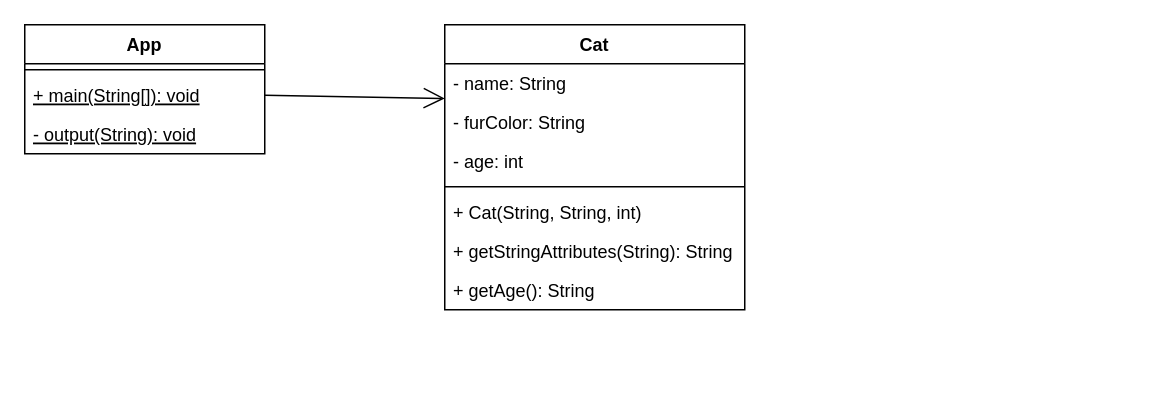
The draw.io diagram klassendiagramm.drawio in PhlohOOP/02d_Klassen_Objekte_III, before the edit. Source tidied: cells renumbered, new cells numbered last; positions are measured from the earlier drawing's top-left corner, leaving out a move shared by most shapes. Both pictures are drawn from the tidied source at 150%, with x=0, y=0 at pixel (24, 24).
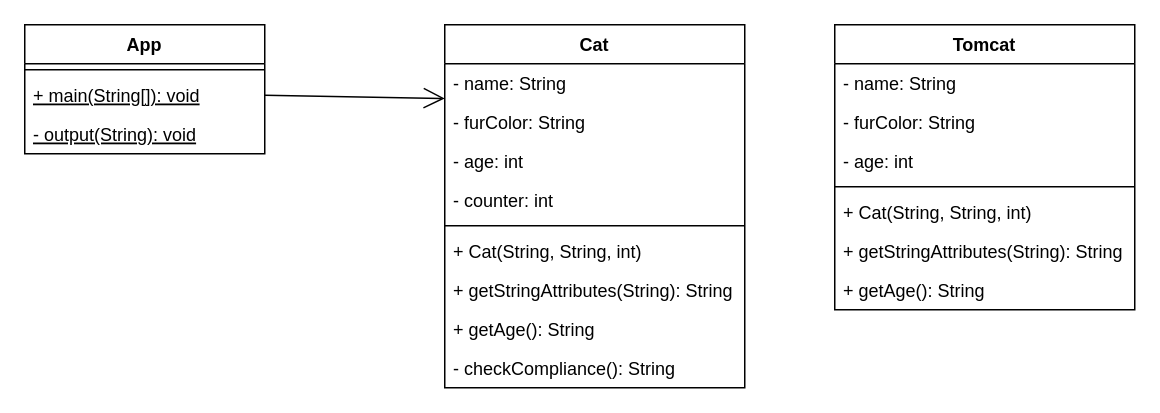
Above is the later version.

Commit message (it also covers changes not shown here):
Tomcat + class diagram change

The edit, as a diff of the source:
```diff
@@
     <mxCell id="2" value="Cat" style="swimlane;fontStyle=1;align=center;verticalAlign=top;horizontal=1;startSize=26;" parent="1" vertex="1">
-      <mxGeometry x="280" width="200" height="190" as="geometry" />
+      <mxGeometry x="280" width="200" height="242" as="geometry" />
     </mxCell>
@@
+    <mxCell id="15" value="- counter: int" style="text;strokeColor=none;fillColor=none;align=left;verticalAlign=top;spacingLeft=4;spacingRight=4;overflow=hidden;" parent="2" vertex="1">
+      <mxGeometry y="104" width="200" height="26" as="geometry" />
+    </mxCell>
     <mxCell id="6" style="line;strokeWidth=1;fillColor=none;align=left;verticalAlign=middle;spacingTop=-1;spacingLeft=3;spacingRight=3;labelPosition=right;strokeColor=inherit;" parent="2" vertex="1">
-      <mxGeometry y="104" width="200" height="8" as="geometry" />
+      <mxGeometry y="130" width="200" height="8" as="geometry" />
     </mxCell>
     <mxCell id="7" value="+ Cat(String, String, int)" style="text;strokeColor=none;fillColor=none;align=left;verticalAlign=top;spacingLeft=4;spacingRight=4;overflow=hidden;" parent="2" vertex="1">
-      <mxGeometry y="112" width="200" height="26" as="geometry" />
+      <mxGeometry y="138" width="200" height="26" as="geometry" />
     </mxCell>
     <mxCell id="8" value="+ getStringAttributes(String): String" style="text;strokeColor=none;fillColor=none;align=left;verticalAlign=top;spacingLeft=4;spacingRight=4;overflow=hidden;" parent="2" vertex="1">
-      <mxGeometry y="138" width="200" height="26" as="geometry" />
+      <mxGeometry y="164" width="200" height="26" as="geometry" />
     </mxCell>
     <mxCell id="9" value="+ getAge(): String" style="text;strokeColor=none;fillColor=none;align=left;verticalAlign=top;spacingLeft=4;spacingRight=4;overflow=hidden;" parent="2" vertex="1">
-      <mxGeometry y="164" width="200" height="26" as="geometry" />
+      <mxGeometry y="190" width="200" height="26" as="geometry" />
     </mxCell>
+    <mxCell id="16" value="- checkCompliance(): String" style="text;strokeColor=none;fillColor=none;align=left;verticalAlign=top;spacingLeft=4;spacingRight=4;overflow=hidden;" parent="2" vertex="1">
+      <mxGeometry y="216" width="200" height="26" as="geometry" />
+    </mxCell>
@@
+    <mxCell id="17" value="Tomcat" style="swimlane;fontStyle=1;align=center;verticalAlign=top;horizontal=1;startSize=26;" parent="1" vertex="1">
+      <mxGeometry x="540" width="200" height="190" as="geometry" />
+    </mxCell>
+    <mxCell id="18" value="- name: String" style="text;strokeColor=none;fillColor=none;align=left;verticalAlign=top;spacingLeft=4;spacingRight=4;overflow=hidden;" parent="17" vertex="1">
+      <mxGeometry y="26" width="200" height="26" as="geometry" />
+    </mxCell>
+    <mxCell id="19" value="- furColor: String" style="text;strokeColor=none;fillColor=none;align=left;verticalAlign=top;spacingLeft=4;spacingRight=4;overflow=hidden;" parent="17" vertex="1">
+      <mxGeometry y="52" width="200" height="26" as="geometry" />
+    </mxCell>
+    <mxCell id="20" value="- age: int" style="text;strokeColor=none;fillColor=none;align=left;verticalAlign=top;spacingLeft=4;spacingRight=4;overflow=hidden;" parent="17" vertex="1">
+      <mxGeometry y="78" width="200" height="26" as="geometry" />
+    </mxCell>
+    <mxCell id="21" style="line;strokeWidth=1;fillColor=none;align=left;verticalAlign=middle;spacingTop=-1;spacingLeft=3;spacingRight=3;labelPosition=right;strokeColor=inherit;" parent="17" vertex="1">
+      <mxGeometry y="104" width="200" height="8" as="geometry" />
+    </mxCell>
+    <mxCell id="22" value="+ Cat(String, String, int)" style="text;strokeColor=none;fillColor=none;align=left;verticalAlign=top;spacingLeft=4;spacingRight=4;overflow=hidden;" parent="17" vertex="1">
+      <mxGeometry y="112" width="200" height="26" as="geometry" />
+    </mxCell>
+    <mxCell id="23" value="+ getStringAttributes(String): String" style="text;strokeColor=none;fillColor=none;align=left;verticalAlign=top;spacingLeft=4;spacingRight=4;overflow=hidden;" parent="17" vertex="1">
+      <mxGeometry y="138" width="200" height="26" as="geometry" />
+    </mxCell>
+    <mxCell id="24" value="+ getAge(): String" style="text;strokeColor=none;fillColor=none;align=left;verticalAlign=top;spacingLeft=4;spacingRight=4;overflow=hidden;" parent="17" vertex="1">
+      <mxGeometry y="164" width="200" height="26" as="geometry" />
+    </mxCell>
```
